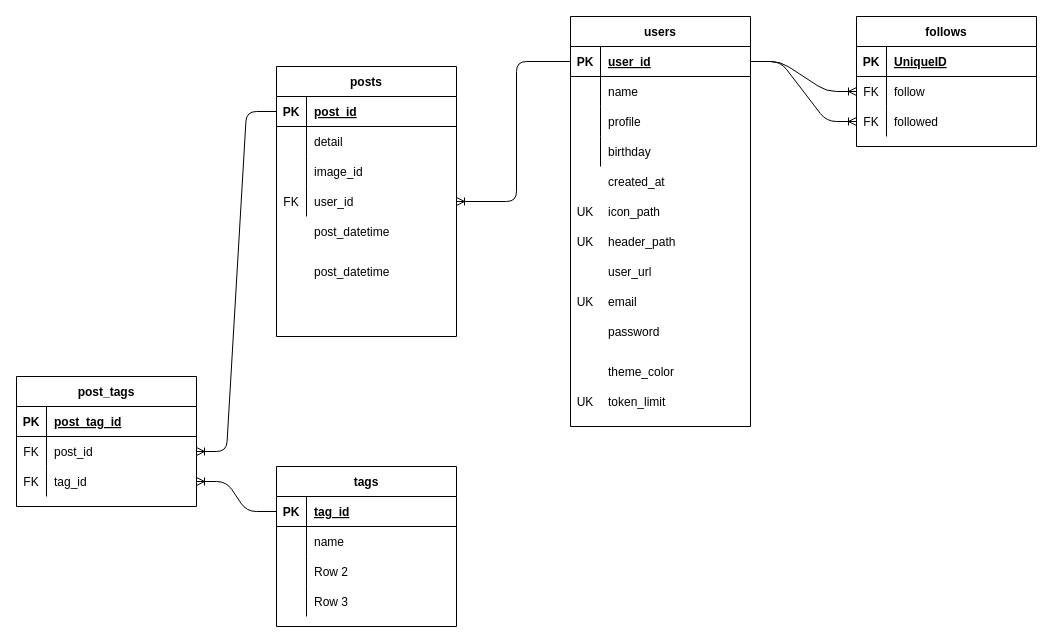
Azu0925/syusyokusakuhin keeps this draw.io diagram as doc/database/ER.drawio. Above is the earlier version. Source tidied: cells renumbered, new cells numbered last; positions are measured from the earlier drawing's top-left corner, leaving out a move shared by most shapes. Both pictures are drawn from the tidied source at 100%, with x=0, y=0 at pixel (16, 16).
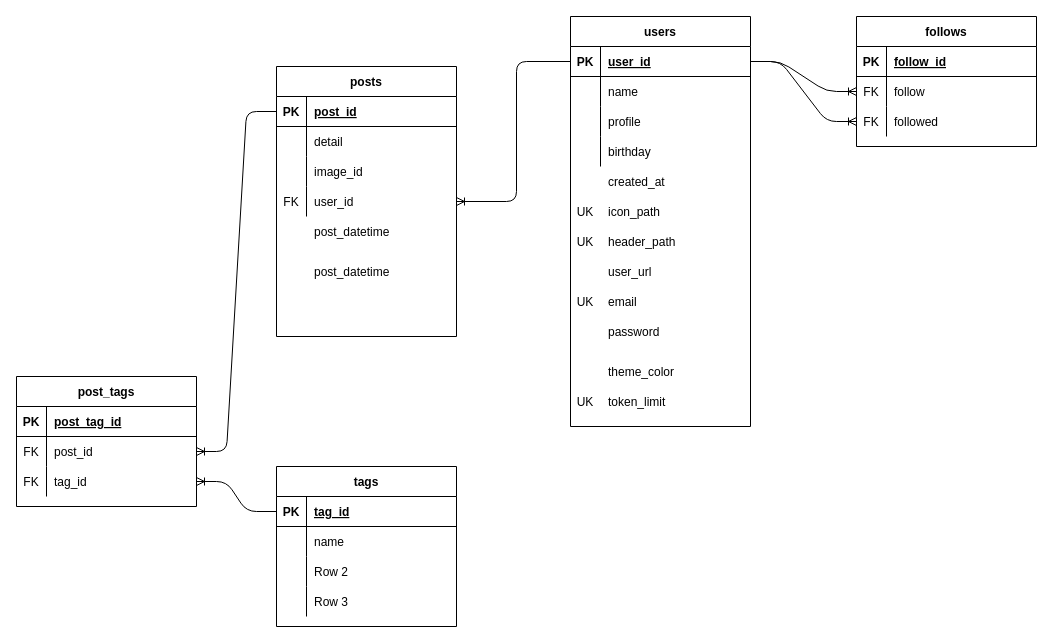
After the change.

Unchanged cells that the change refers to:
```xml
<mxCell id="16" style="shape=partialRectangle;fillColor=none;top=0;left=0;bottom=1;right=0;" parent="15" vertex="1">
  <mxGeometry y="30" width="180" height="30" as="geometry" />
</mxCell>
```

Diff of the diagram source:
```diff
@@
-    <mxCell id="18" value="UniqueID" style="shape=partialRectangle;fillColor=none;top=0;left=0;bottom=0;right=0;align=left;spacingLeft=6;fontStyle=5;overflow=hidden;" parent="16" vertex="1">
+    <mxCell id="18" value="follow_id" style="shape=partialRectangle;fillColor=none;top=0;left=0;bottom=0;right=0;align=left;spacingLeft=6;fontStyle=5;overflow=hidden;" parent="16" vertex="1">
       <mxGeometry x="30" width="150" height="30" as="geometry" />
     </mxCell>
```
